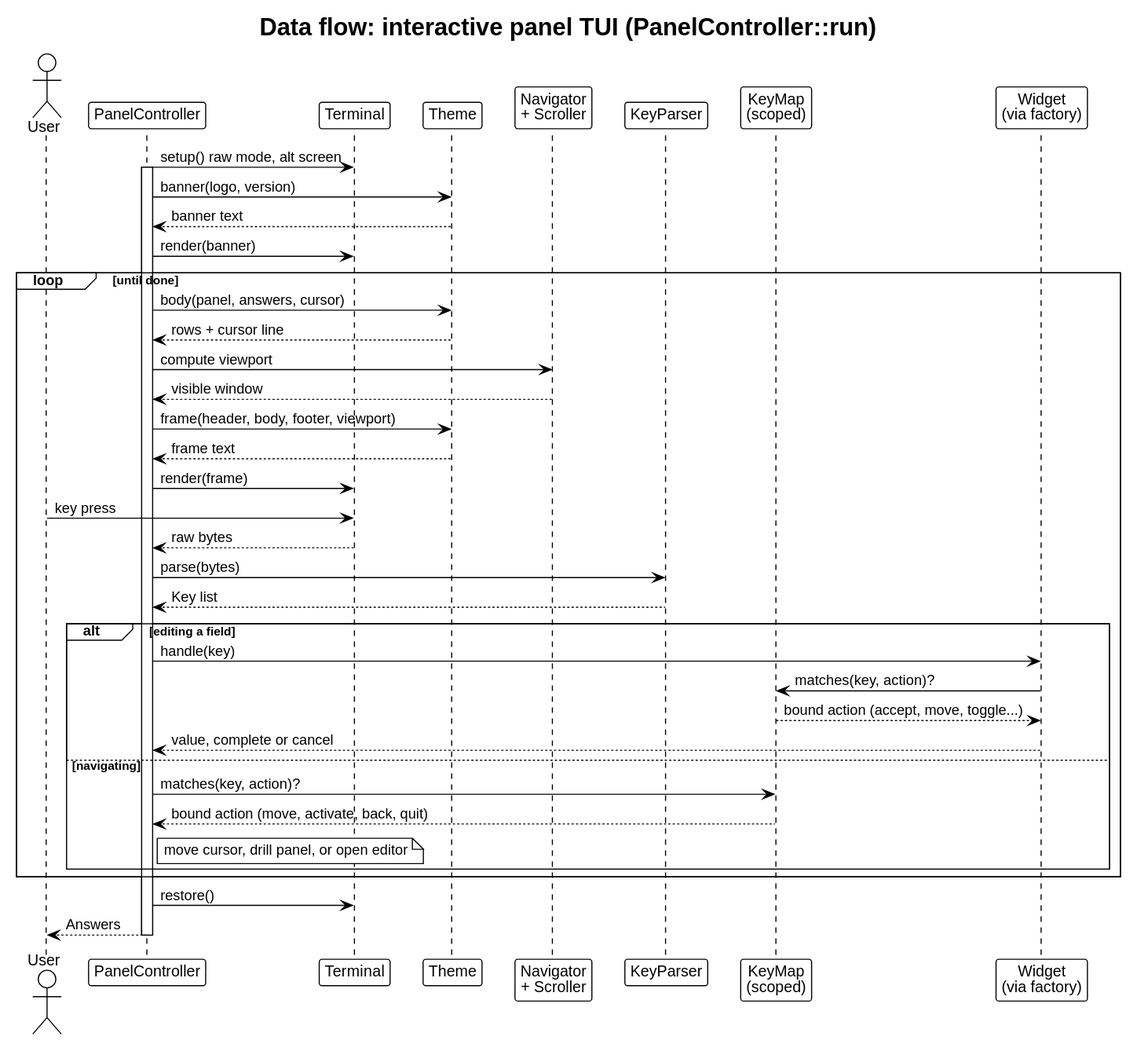
Above: docs/architecture/dataflow-tui.svg in drevops/tui (PlantUML), before the change.
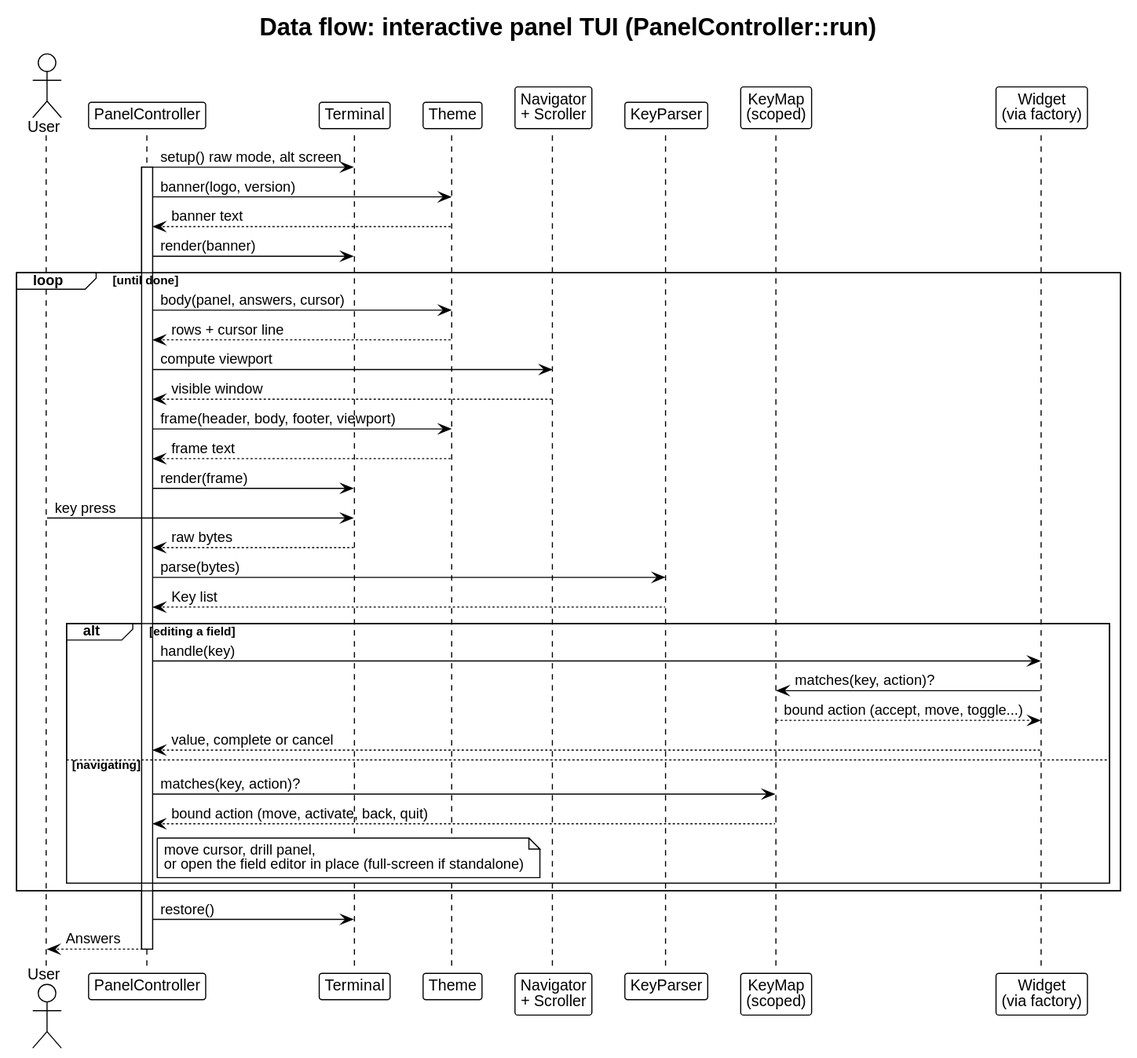
Later version of the same file.

Diff of the diagram source:
```diff
@@ -42,7 +42,7 @@
   else navigating
     PC -> KM: matches(key, action)?
     KM --> PC: bound action (move, activate, back, quit)
-    note right of PC: move cursor, drill panel, or open editor
+    note right of PC: move cursor, drill panel,\nor open the field editor in place (full-screen if standalone)
   end
 end
 
```
